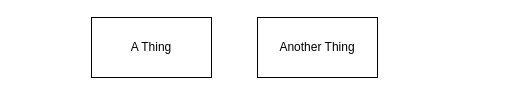
This is Untitled Diagram.drawio from EpicGuy4000/draw.io.testing, a draw.io file, before an edit. Source tidied: cells renumbered, new cells numbered last; positions are measured from the earlier drawing's top-left corner, leaving out a move shared by most shapes. Both pictures are drawn from the tidied source at 100%, with x=0, y=0 at pixel (91, 17).
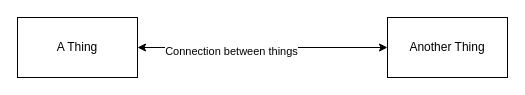
The same diagram, later.

Diff of the diagram source:
```diff
@@
 <mxGraphModel>
   <root>
     <mxCell id="0" />
     <mxCell id="1" parent="0" />
     <mxCell id="2" value="A Thing" style="rounded=0;whiteSpace=wrap;html=1;" parent="1" vertex="1">
-      <mxGeometry width="120" height="60" as="geometry" />
+      <mxGeometry x="-74" width="120" height="60" as="geometry" />
     </mxCell>
     <mxCell id="3" value="Another Thing" style="rounded=0;whiteSpace=wrap;html=1;" parent="1" vertex="1">
-      <mxGeometry x="166" width="120" height="60" as="geometry" />
+      <mxGeometry x="296" width="120" height="60" as="geometry" />
     </mxCell>
+    <mxCell id="4" style="endArrow=classic;startArrow=classic;html=1;exitX=1;exitY=0.5;exitDx=0;exitDy=0;" parent="1" edge="1" source="2" target="3">
+      <mxGeometry relative="1" as="geometry" />
+    </mxCell>
+    <mxCell id="5" value="Connection between things" style="edgeLabel;html=1;align=center;verticalAlign=middle;" parent="4" vertex="1">
+      <mxGeometry x="-0.26" y="-3" relative="1" as="geometry" />
+    </mxCell>
   </root>
 </mxGraphModel>
```
